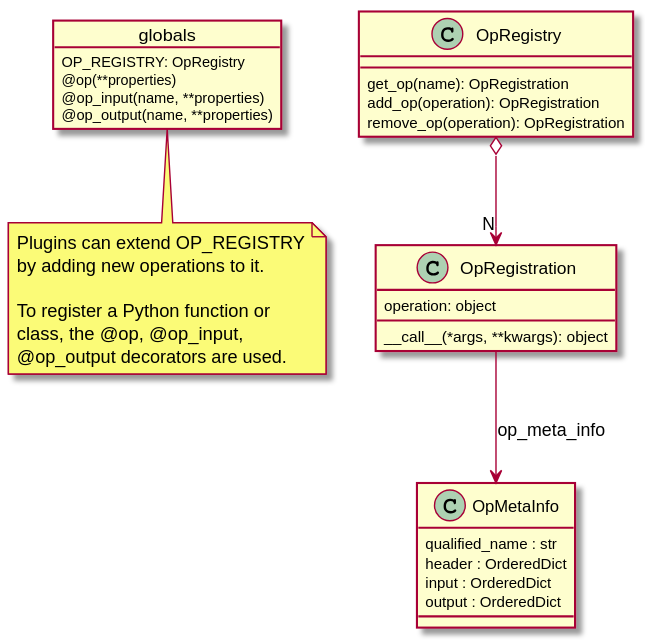
Above: doc/source/_static/uml/op.svg in CCI-Tools/cate (PlantUML), before the change. Its source is kept beside it as doc/source/uml/op.puml.
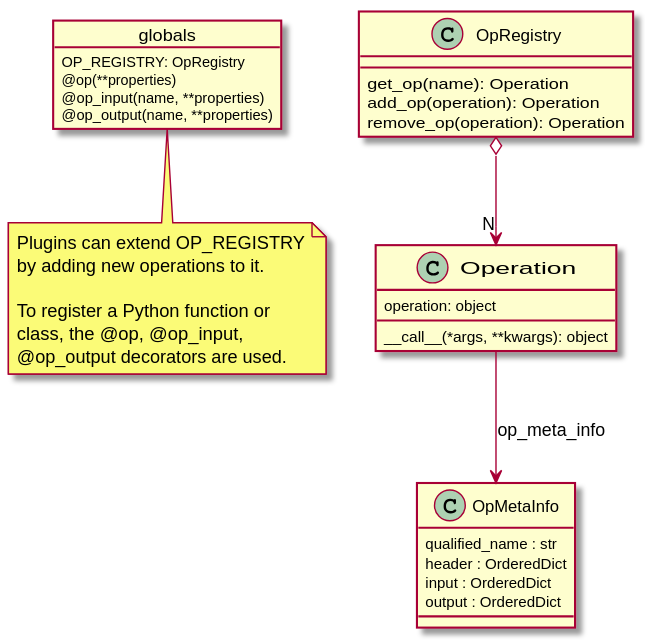
The same file after the commit.

What changed in the source:
```diff
@@ -17,13 +17,13 @@
 end note
 
 class OpRegistry {
-    get_op(name): OpRegistration
-    add_op(operation): OpRegistration
-    remove_op(operation): OpRegistration
+    get_op(name): Operation
+    add_op(operation): Operation
+    remove_op(operation): Operation
 }
 
 
-class OpRegistration {
+class Operation {
     operation: object
     __call__(*args, **kwargs): object
 }
@@ -36,7 +36,7 @@
     output : OrderedDict
 }
 
-OpRegistry o--> "N" OpRegistration
-OpRegistration --> OpMetaInfo: op_meta_info
+OpRegistry o--> "N" Operation
+Operation --> OpMetaInfo: op_meta_info
 
 @enduml
```
